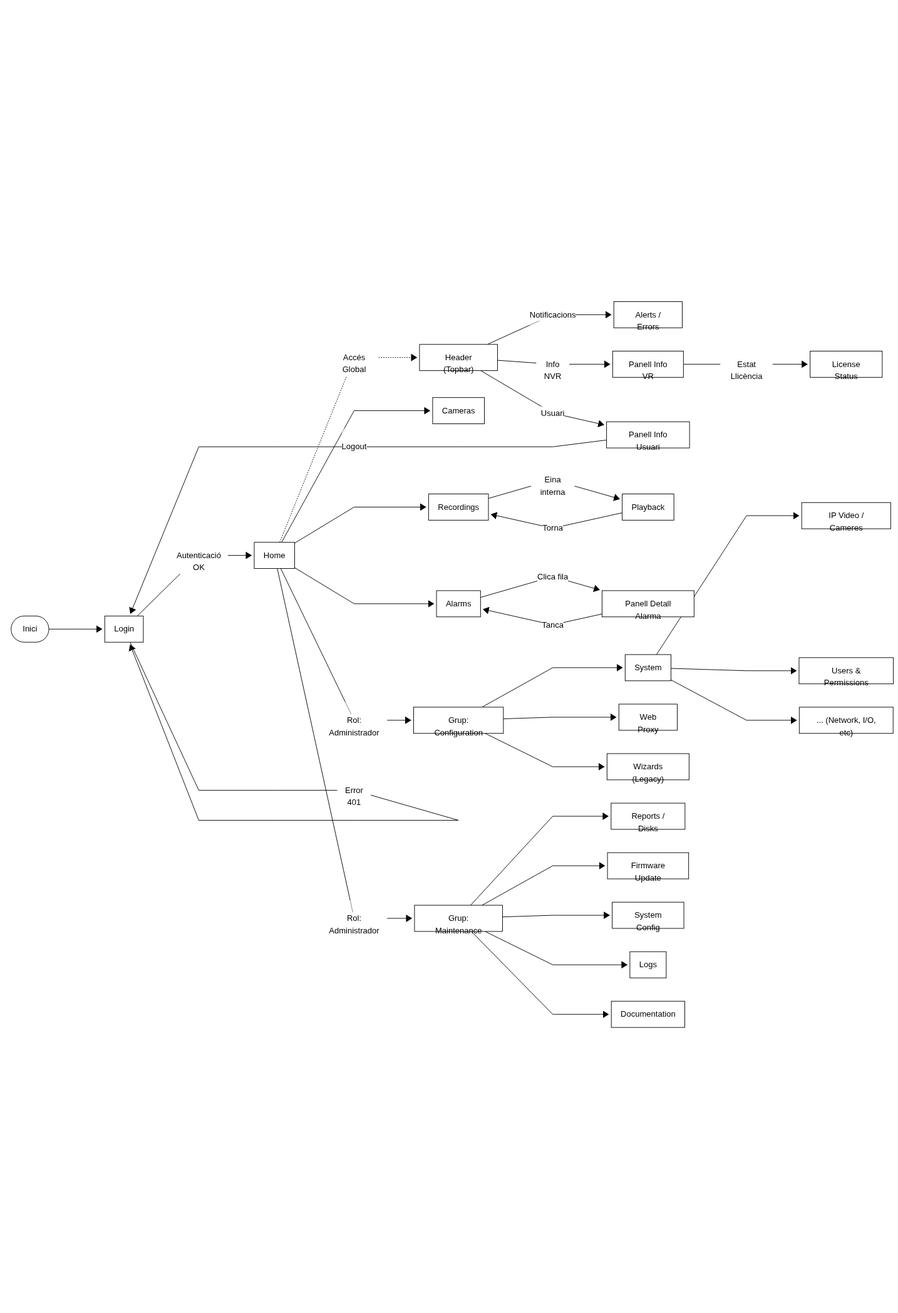
Before: figures/diagrames/flux_navegacio.png, a diagram exported from Mermaid (janrosellcaba/tfg). Its source is kept beside it as figures/diagrames_src/flux_navegacio.mmd.
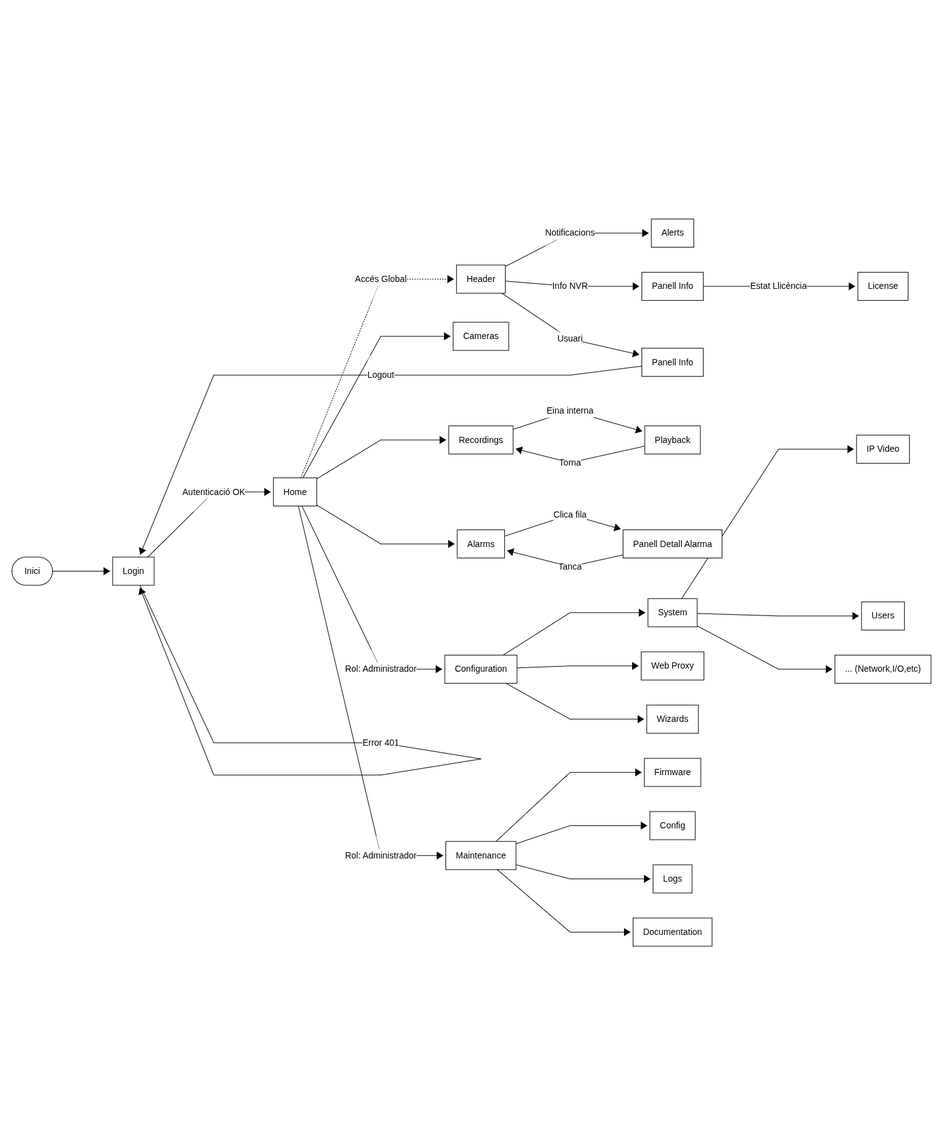
Above is the later version.

Diff of the diagram source:
```diff
@@ -28,11 +28,11 @@
 
     Home["Home"]
 
-    Home -.->|"Accés Global"| Header["Header (Topbar)"]
-    Header -->|"Notificacions"| Alerts["Alerts / Errors"]
-    Header -->|"Info NVR"| NVRInfo["Panell Info VR"]
-    NVRInfo -->|"Estat Llicència"| License["License Status"]
-    Header -->|"Usuari"| UserInfo["Panell Info Usuari"]
+    Home -.->|"Accés Global"| Header["Header"]
+    Header -->|"Notificacions"| Alerts["Alerts"]
+    Header -->|"Info NVR"| NVRInfo["Panell Info"]
+    NVRInfo -->|"Estat Llicència"| License["License"]
+    Header -->|"Usuari"| UserInfo["Panell Info"]
     UserInfo -->|"Logout"| Login
 
     Home --> Cameras["Cameras"]
@@ -45,18 +45,17 @@
     Alarms -->|"Clica fila"| AlarmDetail["Panell Detall Alarma"]
     AlarmDetail -->|"Tanca"| Alarms
 
-    Home -->|"Rol: Administrador"| Configuration["Grup: Configuration"]
+    Home -->|"Rol: Administrador"| Configuration["Configuration"]
     Configuration --> System["System"]
     Configuration --> Proxy["Web Proxy"]
-    Configuration --> Wizards["Wizards (Legacy)"]
+    Configuration --> Wizards["Wizards"]
 
-    System --> IPCams["IP Video / Cameres"]
-    System --> Users["Users & Permissions"]
-    System --> OtherConfig["... (Network, I/O, etc)"]
+    System --> IPCams["IP Video"]
+    System --> Users["Users"]
+    System --> OtherConfig["... (Network,I/O,etc)"]
 
-    Home -->|"Rol: Administrador"| Maintenance["Grup: Maintenance"]
-    Maintenance --> Reports["Reports / Disks"]
-    Maintenance --> Update["Firmware Update"]
-    Maintenance --> SysConfig["System Config"]
+    Home -->|"Rol: Administrador"| Maintenance[" Maintenance"]
+    Maintenance --> Update["Firmware"]
+    Maintenance --> SysConfig["Config"]
     Maintenance --> Logs["Logs"]
     Maintenance --> Docs["Documentation"]
```
